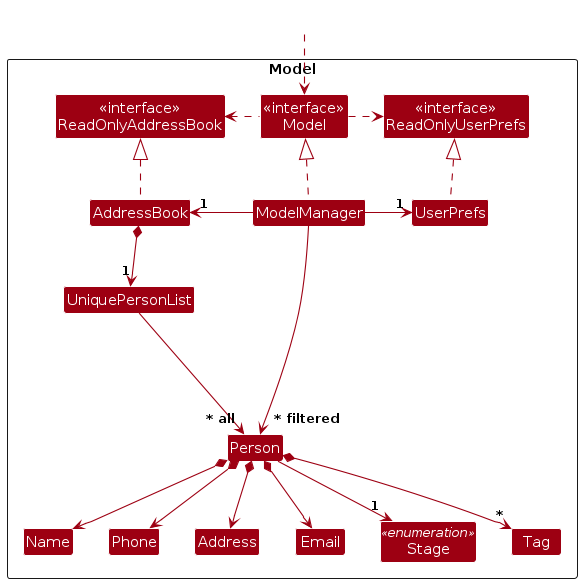
Earlier version of the PlantUML export diagrams/ModelClassDiagram.png (AY2627S1-CS2103T-T14-2/tp). Its source is kept beside it as diagrams/ModelClassDiagram.puml.
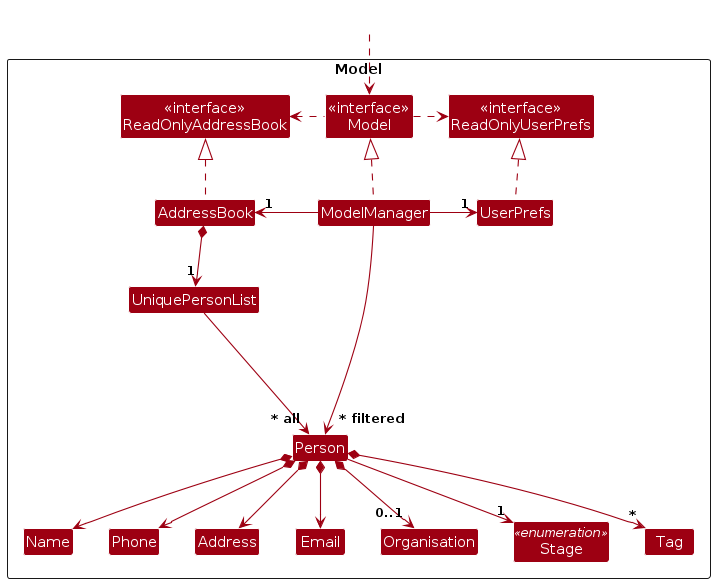
After the change.

The edit, as a diff of the source:
```diff
@@ -18,6 +18,7 @@
 Class Email
 Class Name
 Class Phone
+Class Organisation
 Class Stage <<enumeration>>
 Class Tag
 
@@ -42,6 +43,7 @@
 Person *--> Phone
 Person *--> Email
 Person *--> Address
+Person *--> "0..1" Organisation
 Person --> "1" Stage
 Person *--> "*" Tag
 
```
